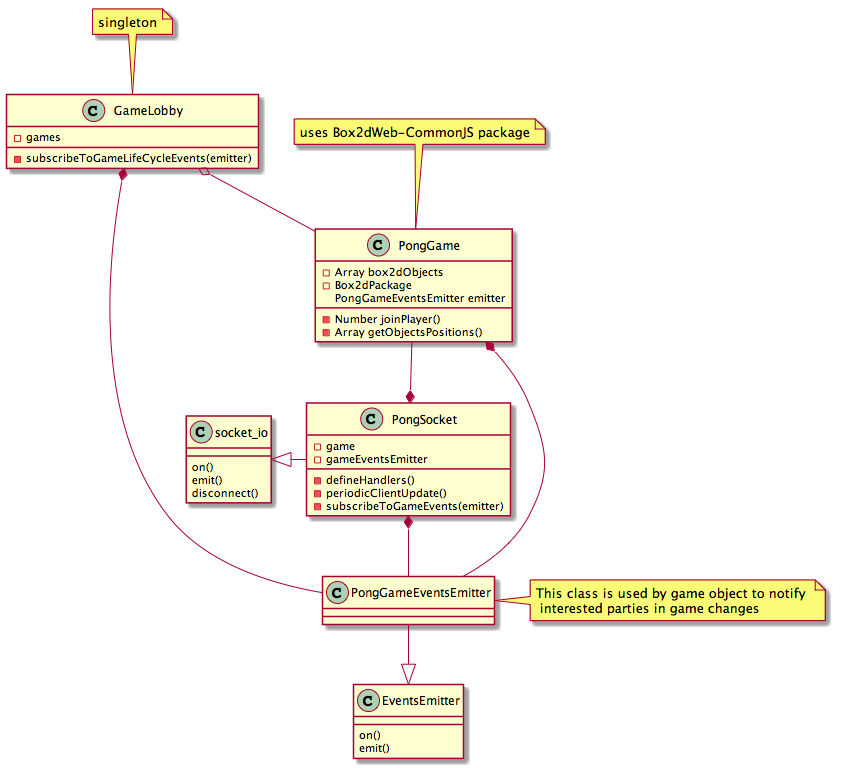
Earlier version of the PlantUML export documentation/server-classes.png (bestander/pong-mmo-www). Its diagram source:
```plantuml
@startuml

class socket_io <|- PongSocket
class PongSocket {
  -defineHandlers()
  -periodicClientUpdate()
  -subscribeToGameEvents(emitter)
  -game
  -gameEventsEmitter
}

class socket_io {
  on()
  emit()
  disconnect()
}


class PongGame {
  -Array box2dObjects
  -Box2dPackage
  -Number joinPlayer()
  -Array getObjectsPositions()
  PongGameEventsEmitter emitter
}

class PongGameEventsEmitter --|> EventsEmitter

class EventsEmitter{
  on()
  emit()
}

PongGame *-- PongGameEventsEmitter
GameLobby *-- PongGameEventsEmitter
PongSocket *-- PongGameEventsEmitter

PongGame --* PongSocket

class GameLobby {
  -games
  -subscribeToGameLifeCycleEvents(emitter)
}
GameLobby o-- PongGame

note top of GameLobby: singleton
note top of PongGame: uses Box2dWeb-CommonJS package
note right of PongGameEventsEmitter: This class is used by game object to notify \n interested parties in game changes


@enduml
```
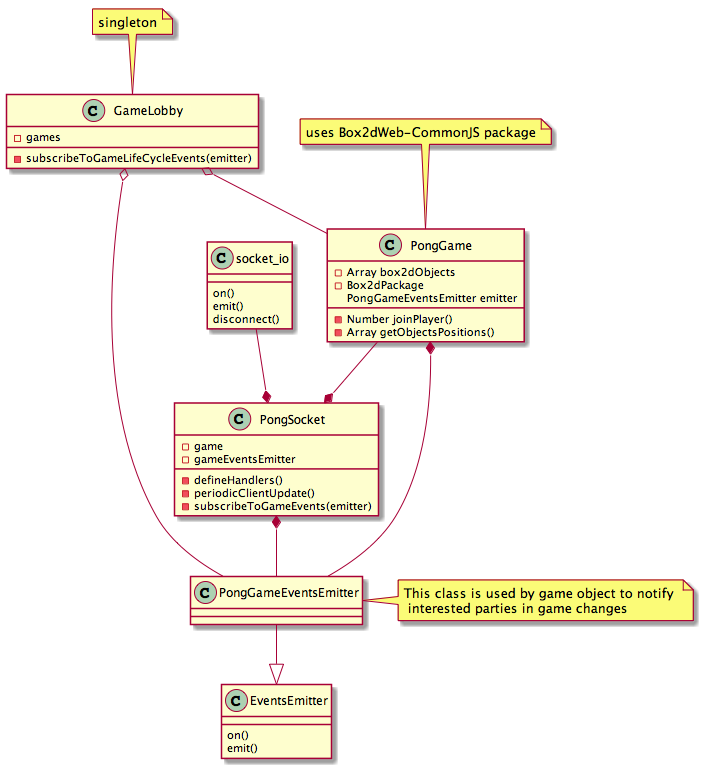
The same diagram one commit later.

What changed in the source:
```diff
@@ -1,6 +1,6 @@
 @startuml
 
-class socket_io <|- PongSocket
+class socket_io --* PongSocket
 class PongSocket {
   -defineHandlers()
   -periodicClientUpdate()
@@ -32,7 +32,7 @@
 }
 
 PongGame *-- PongGameEventsEmitter
-GameLobby *-- PongGameEventsEmitter
+GameLobby o-- PongGameEventsEmitter
 PongSocket *-- PongGameEventsEmitter
 
 PongGame --* PongSocket
```
